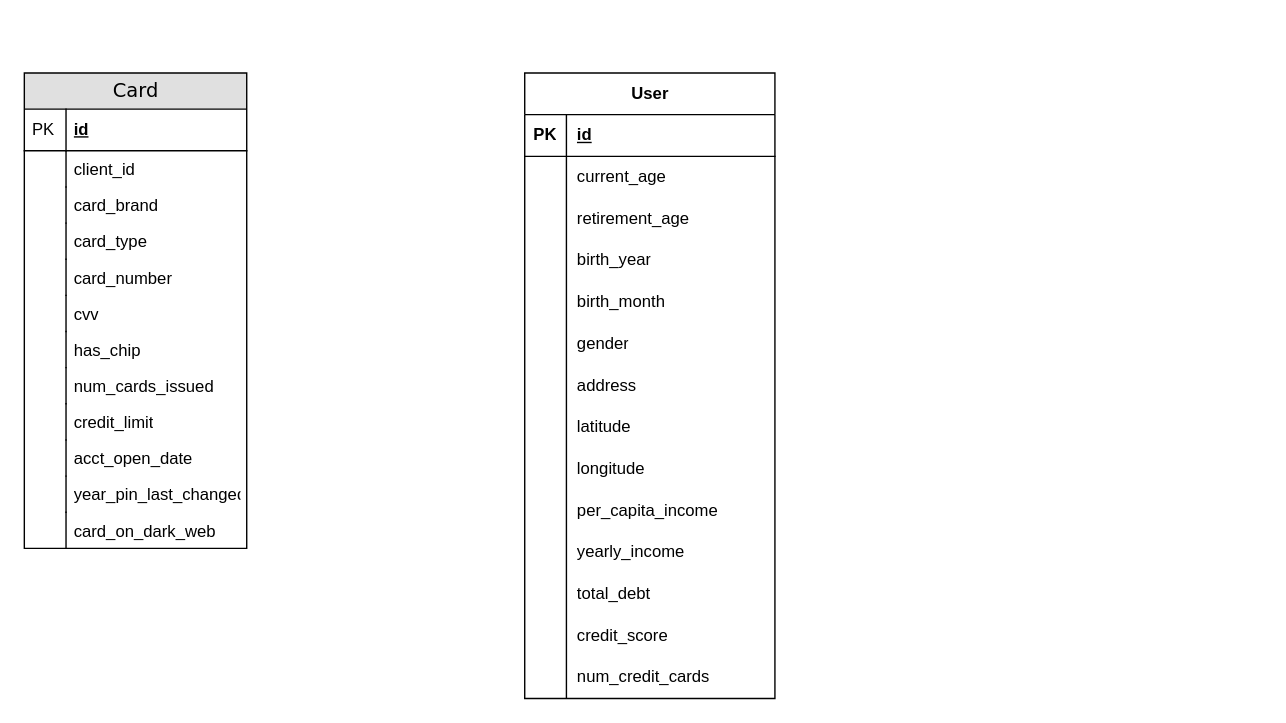
Before: er.drawio in josedallatorre/adb-project, a draw.io diagram. Source tidied: cells renumbered, new cells numbered last; positions are measured from the earlier drawing's top-left corner, leaving out a move shared by most shapes. Both pictures are drawn from the tidied source at 139%, with x=0, y=0 at pixel (24, 72).
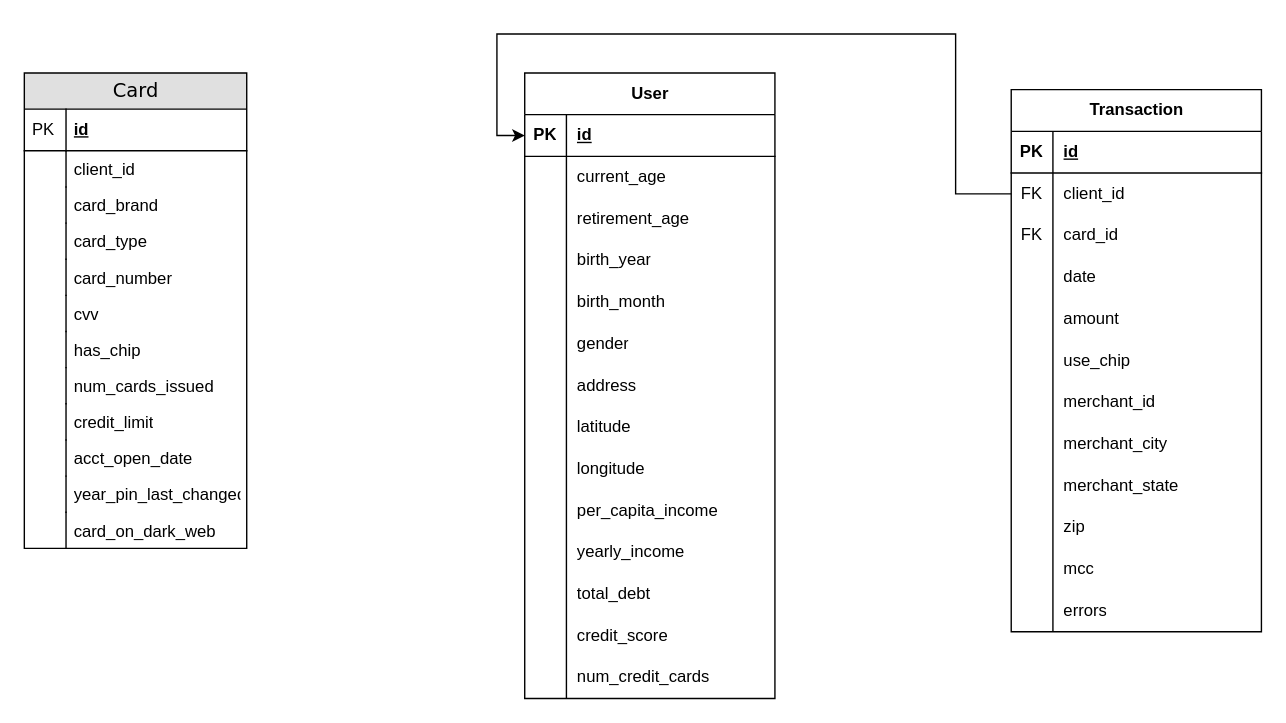
The same page after the edit.

Unchanged cells that the change refers to:
```xml
<mxCell id="28" style="shape=tableRow;horizontal=0;startSize=0;swimlaneHead=0;swimlaneBody=0;fillColor=none;points=[[0,0.5],[1,0.5]];portConstraint=eastwest;top=0;left=0;right=0;bottom=1;" parent="27" vertex="1">
  <mxGeometry y="30" width="180" height="30" as="geometry" />
</mxCell>
```

What changed in the source:
```diff
@@
+    <mxCell id="70" value="Transaction" style="shape=table;startSize=30;childLayout=tableLayout;rowLines=0;fontStyle=1;align=center;html=1;" parent="1" vertex="1">
+      <mxGeometry x="710" y="12" width="180" height="390" as="geometry" />
+    </mxCell>
+    <mxCell id="71" style="shape=tableRow;horizontal=0;startSize=0;swimlaneHead=0;swimlaneBody=0;fillColor=none;top=0;left=0;right=0;bottom=1;" parent="70" vertex="1">
+      <mxGeometry y="30" width="180" height="30" as="geometry" />
+    </mxCell>
+    <mxCell id="72" value="PK" style="shape=partialRectangle;fillColor=none;top=0;left=0;bottom=0;right=0;fontStyle=1;overflow=hidden;whiteSpace=wrap;html=1;" parent="71" vertex="1">
+      <mxGeometry width="30" height="30" as="geometry" />
+    </mxCell>
+    <mxCell id="73" value="id" style="shape=partialRectangle;fillColor=none;top=0;left=0;bottom=0;right=0;align=left;spacingLeft=6;fontStyle=5;overflow=hidden;whiteSpace=wrap;html=1;" parent="71" vertex="1">
+      <mxGeometry x="30" width="150" height="30" as="geometry" />
+    </mxCell>
+    <mxCell id="74" style="shape=tableRow;horizontal=0;startSize=0;swimlaneHead=0;swimlaneBody=0;fillColor=none;points=[[0,0.5],[1,0.5]];portConstraint=eastwest;top=0;left=0;right=0;bottom=0;" parent="70" vertex="1">
+      <mxGeometry y="60" width="180" height="30" as="geometry" />
+    </mxCell>
+    <mxCell id="75" value="FK" style="shape=partialRectangle;fillColor=none;top=0;left=0;bottom=0;right=0;fontStyle=0;overflow=hidden;whiteSpace=wrap;html=1;" parent="74" vertex="1">
+      <mxGeometry width="30" height="30" as="geometry" />
+    </mxCell>
+    <mxCell id="76" value="client_id" style="shape=partialRectangle;fillColor=none;top=0;left=0;bottom=0;right=0;align=left;spacingLeft=6;fontStyle=0;overflow=hidden;whiteSpace=wrap;html=1;" parent="74" vertex="1">
+      <mxGeometry x="30" width="150" height="30" as="geometry" />
+    </mxCell>
+    <mxCell id="77" style="shape=tableRow;horizontal=0;startSize=0;swimlaneHead=0;swimlaneBody=0;fillColor=none;top=0;left=0;right=0;bottom=0;" parent="70" vertex="1">
+      <mxGeometry y="90" width="180" height="30" as="geometry" />
+    </mxCell>
+    <mxCell id="78" value="FK" style="shape=partialRectangle;fillColor=none;top=0;left=0;bottom=0;right=0;fontStyle=0;overflow=hidden;whiteSpace=wrap;html=1;" parent="77" vertex="1">
+      <mxGeometry width="30" height="30" as="geometry" />
+    </mxCell>
+    <mxCell id="79" value="card_id" style="shape=partialRectangle;fillColor=none;top=0;left=0;bottom=0;right=0;align=left;spacingLeft=6;fontStyle=0;overflow=hidden;whiteSpace=wrap;html=1;" parent="77" vertex="1">
+      <mxGeometry x="30" width="150" height="30" as="geometry" />
+    </mxCell>
+    <mxCell id="80" style="shape=tableRow;horizontal=0;startSize=0;swimlaneHead=0;swimlaneBody=0;fillColor=none;top=0;left=0;right=0;bottom=0;" parent="70" vertex="1">
+      <mxGeometry y="120" width="180" height="30" as="geometry" />
+    </mxCell>
+    <mxCell id="81" style="shape=partialRectangle;fillColor=none;top=0;left=0;bottom=0;right=0;overflow=hidden;whiteSpace=wrap;html=1;" parent="80" vertex="1">
+      <mxGeometry width="30" height="30" as="geometry" />
+    </mxCell>
+    <mxCell id="82" value="date" style="shape=partialRectangle;fillColor=none;top=0;left=0;bottom=0;right=0;align=left;spacingLeft=6;overflow=hidden;whiteSpace=wrap;html=1;" parent="80" vertex="1">
+      <mxGeometry x="30" width="150" height="30" as="geometry" />
+    </mxCell>
+    <mxCell id="83" style="shape=tableRow;horizontal=0;startSize=0;swimlaneHead=0;swimlaneBody=0;fillColor=none;top=0;left=0;right=0;bottom=0;" parent="70" vertex="1">
+      <mxGeometry y="150" width="180" height="30" as="geometry" />
+    </mxCell>
+    <mxCell id="84" style="shape=partialRectangle;fillColor=none;top=0;left=0;bottom=0;right=0;overflow=hidden;whiteSpace=wrap;html=1;" parent="83" vertex="1">
+      <mxGeometry width="30" height="30" as="geometry" />
+    </mxCell>
+    <mxCell id="85" value="amount" style="shape=partialRectangle;fillColor=none;top=0;left=0;bottom=0;right=0;align=left;spacingLeft=6;overflow=hidden;whiteSpace=wrap;html=1;" parent="83" vertex="1">
+      <mxGeometry x="30" width="150" height="30" as="geometry" />
+    </mxCell>
+    <mxCell id="86" style="shape=tableRow;horizontal=0;startSize=0;swimlaneHead=0;swimlaneBody=0;fillColor=none;top=0;left=0;right=0;bottom=0;" parent="70" vertex="1">
+      <mxGeometry y="180" width="180" height="30" as="geometry" />
+    </mxCell>
+    <mxCell id="87" style="shape=partialRectangle;fillColor=none;top=0;left=0;bottom=0;right=0;overflow=hidden;whiteSpace=wrap;html=1;" parent="86" vertex="1">
+      <mxGeometry width="30" height="30" as="geometry" />
+    </mxCell>
+    <mxCell id="88" value="use_chip" style="shape=partialRectangle;fillColor=none;top=0;left=0;bottom=0;right=0;align=left;spacingLeft=6;overflow=hidden;whiteSpace=wrap;html=1;" parent="86" vertex="1">
+      <mxGeometry x="30" width="150" height="30" as="geometry" />
+    </mxCell>
+    <mxCell id="89" style="shape=tableRow;horizontal=0;startSize=0;swimlaneHead=0;swimlaneBody=0;fillColor=none;top=0;left=0;right=0;bottom=0;" parent="70" vertex="1">
+      <mxGeometry y="210" width="180" height="30" as="geometry" />
+    </mxCell>
+    <mxCell id="90" style="shape=partialRectangle;fillColor=none;top=0;left=0;bottom=0;right=0;overflow=hidden;whiteSpace=wrap;html=1;" parent="89" vertex="1">
+      <mxGeometry width="30" height="30" as="geometry" />
+    </mxCell>
+    <mxCell id="91" value="merchant_id" style="shape=partialRectangle;fillColor=none;top=0;left=0;bottom=0;right=0;align=left;spacingLeft=6;overflow=hidden;whiteSpace=wrap;html=1;" parent="89" vertex="1">
+      <mxGeometry x="30" width="150" height="30" as="geometry" />
+    </mxCell>
+    <mxCell id="92" style="shape=tableRow;horizontal=0;startSize=0;swimlaneHead=0;swimlaneBody=0;fillColor=none;top=0;left=0;right=0;bottom=0;" parent="70" vertex="1">
+      <mxGeometry y="240" width="180" height="30" as="geometry" />
+    </mxCell>
+    <mxCell id="93" style="shape=partialRectangle;fillColor=none;top=0;left=0;bottom=0;right=0;overflow=hidden;whiteSpace=wrap;html=1;" parent="92" vertex="1">
+      <mxGeometry width="30" height="30" as="geometry" />
+    </mxCell>
+    <mxCell id="94" value="merchant_city" style="shape=partialRectangle;fillColor=none;top=0;left=0;bottom=0;right=0;align=left;spacingLeft=6;overflow=hidden;whiteSpace=wrap;html=1;" parent="92" vertex="1">
+      <mxGeometry x="30" width="150" height="30" as="geometry" />
+    </mxCell>
+    <mxCell id="95" style="shape=tableRow;horizontal=0;startSize=0;swimlaneHead=0;swimlaneBody=0;fillColor=none;top=0;left=0;right=0;bottom=0;" parent="70" vertex="1">
+      <mxGeometry y="270" width="180" height="30" as="geometry" />
+    </mxCell>
+    <mxCell id="96" style="shape=partialRectangle;fillColor=none;top=0;left=0;bottom=0;right=0;overflow=hidden;whiteSpace=wrap;html=1;" parent="95" vertex="1">
+      <mxGeometry width="30" height="30" as="geometry" />
+    </mxCell>
+    <mxCell id="97" value="merchant_state" style="shape=partialRectangle;fillColor=none;top=0;left=0;bottom=0;right=0;align=left;spacingLeft=6;overflow=hidden;whiteSpace=wrap;html=1;" parent="95" vertex="1">
+      <mxGeometry x="30" width="150" height="30" as="geometry" />
+    </mxCell>
+    <mxCell id="98" style="shape=tableRow;horizontal=0;startSize=0;swimlaneHead=0;swimlaneBody=0;fillColor=none;top=0;left=0;right=0;bottom=0;" parent="70" vertex="1">
+      <mxGeometry y="300" width="180" height="30" as="geometry" />
+    </mxCell>
+    <mxCell id="99" style="shape=partialRectangle;fillColor=none;top=0;left=0;bottom=0;right=0;overflow=hidden;whiteSpace=wrap;html=1;" parent="98" vertex="1">
+      <mxGeometry width="30" height="30" as="geometry" />
+    </mxCell>
+    <mxCell id="100" value="zip" style="shape=partialRectangle;fillColor=none;top=0;left=0;bottom=0;right=0;align=left;spacingLeft=6;overflow=hidden;whiteSpace=wrap;html=1;" parent="98" vertex="1">
+      <mxGeometry x="30" width="150" height="30" as="geometry" />
+    </mxCell>
+    <mxCell id="101" style="shape=tableRow;horizontal=0;startSize=0;swimlaneHead=0;swimlaneBody=0;fillColor=none;top=0;left=0;right=0;bottom=0;" parent="70" vertex="1">
+      <mxGeometry y="330" width="180" height="30" as="geometry" />
+    </mxCell>
+    <mxCell id="102" style="shape=partialRectangle;fillColor=none;top=0;left=0;bottom=0;right=0;overflow=hidden;whiteSpace=wrap;html=1;" parent="101" vertex="1">
+      <mxGeometry width="30" height="30" as="geometry" />
+    </mxCell>
+    <mxCell id="103" value="mcc" style="shape=partialRectangle;fillColor=none;top=0;left=0;bottom=0;right=0;align=left;spacingLeft=6;overflow=hidden;whiteSpace=wrap;html=1;" parent="101" vertex="1">
+      <mxGeometry x="30" width="150" height="30" as="geometry" />
+    </mxCell>
+    <mxCell id="104" style="shape=tableRow;horizontal=0;startSize=0;swimlaneHead=0;swimlaneBody=0;fillColor=none;top=0;left=0;right=0;bottom=0;" parent="70" vertex="1">
+      <mxGeometry y="360" width="180" height="30" as="geometry" />
+    </mxCell>
+    <mxCell id="105" style="shape=partialRectangle;fillColor=none;top=0;left=0;bottom=0;right=0;overflow=hidden;whiteSpace=wrap;html=1;" parent="104" vertex="1">
+      <mxGeometry width="30" height="30" as="geometry" />
+    </mxCell>
+    <mxCell id="106" value="errors" style="shape=partialRectangle;fillColor=none;top=0;left=0;bottom=0;right=0;align=left;spacingLeft=6;overflow=hidden;whiteSpace=wrap;html=1;" parent="104" vertex="1">
+      <mxGeometry x="30" width="150" height="30" as="geometry" />
+    </mxCell>
+    <mxCell id="107" style="edgeStyle=orthogonalEdgeStyle;rounded=0;jettySize=auto;html=1;exitX=0;exitY=0.5;exitDx=0;exitDy=0;entryX=0;entryY=0.5;entryDx=0;entryDy=0;" parent="1" edge="1" source="74" target="28">
+      <mxGeometry relative="1" as="geometry">
+        <Array as="points">
+          <mxPoint x="670" y="87" />
+          <mxPoint x="670" y="-28" />
+          <mxPoint x="340" y="-28" />
+          <mxPoint x="340" y="45" />
+        </Array>
+      </mxGeometry>
+    </mxCell>
```
